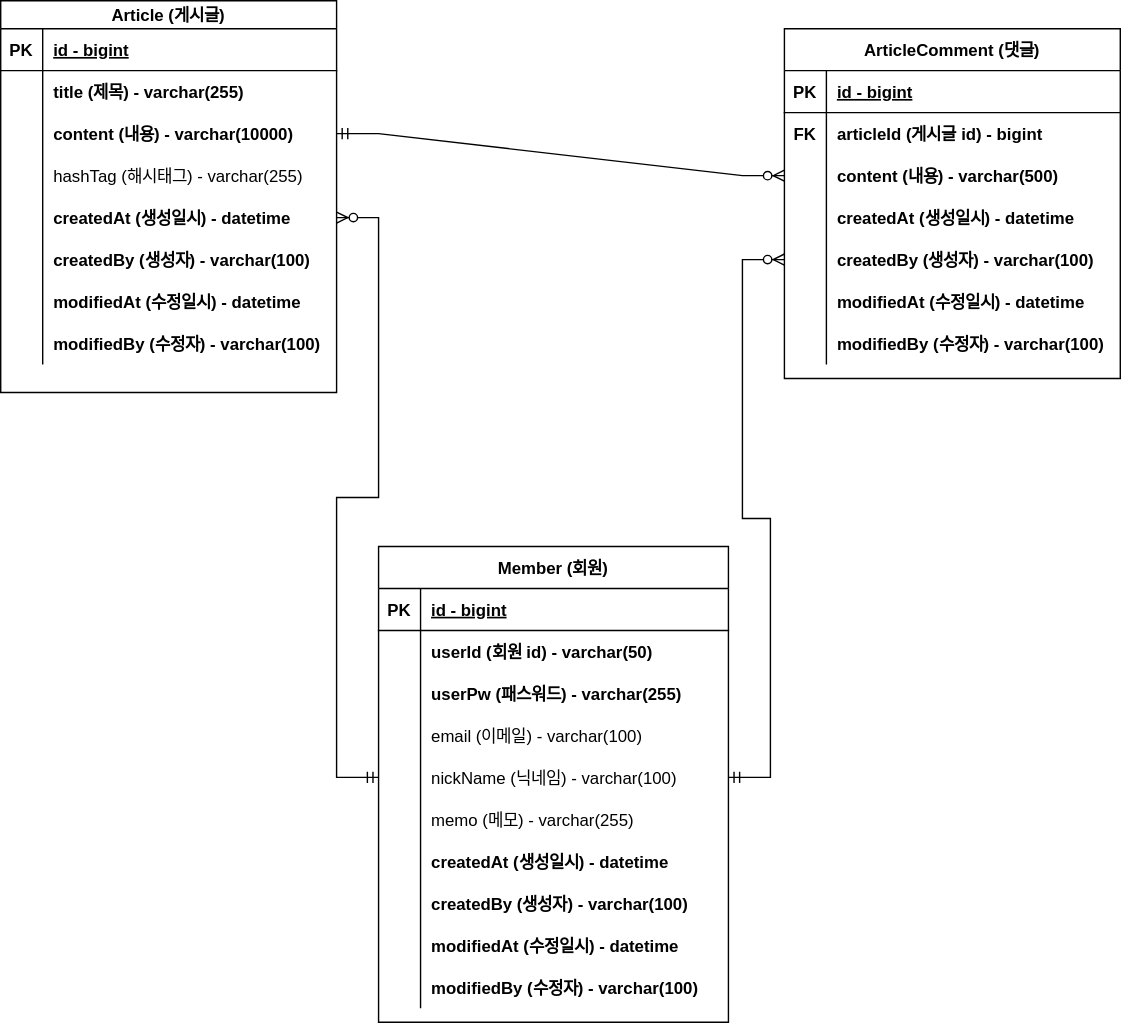
pyo92/project-board keeps this draw.io diagram as document/erd.svg. Above is the earlier version. Source tidied: cells renumbered, new cells last; positions are measured from the earlier drawing's top-left corner, leaving out a move shared by most shapes.
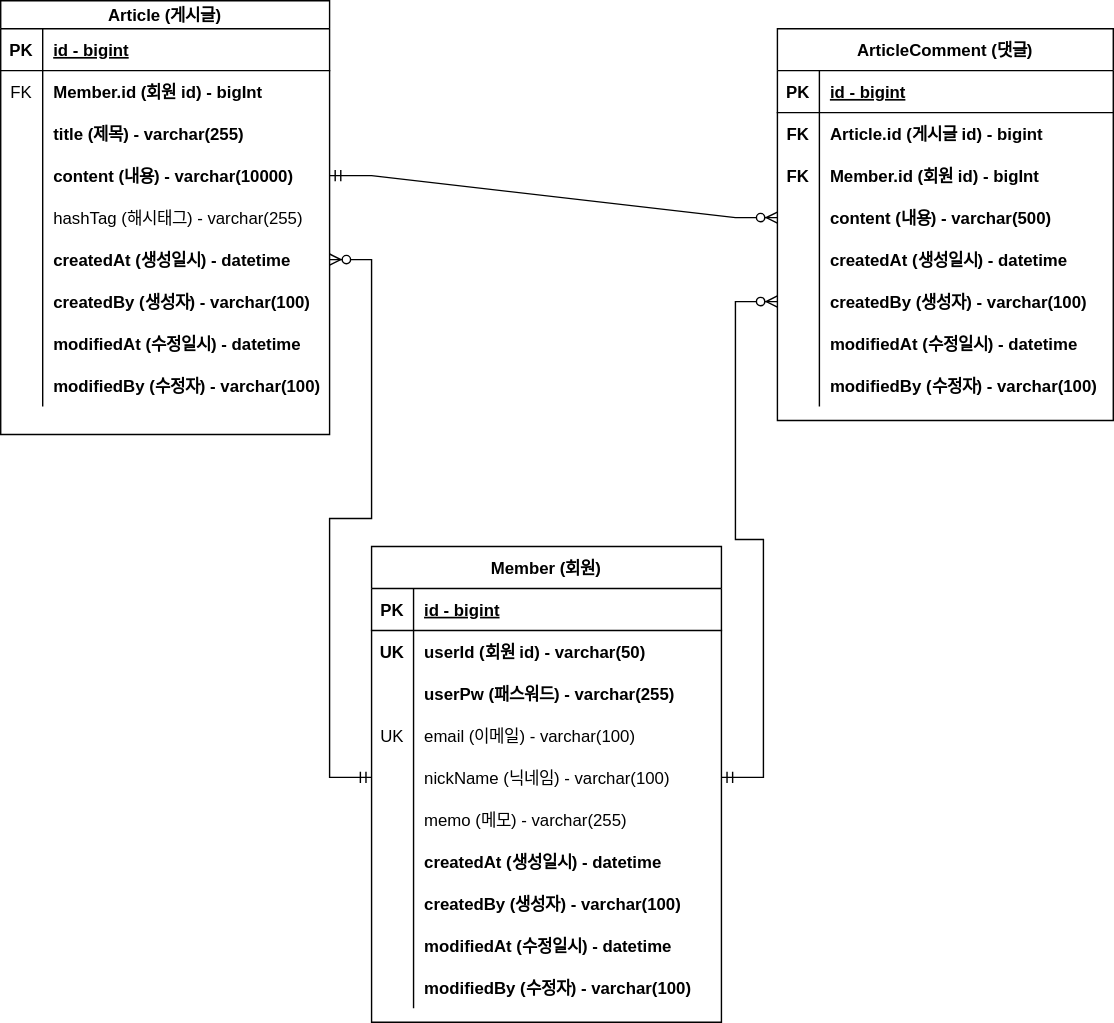
The same file after the commit.

Commit message:
#29 - 도메인 오류 바로잡기

- 이전 이슈 작업 중에 도메인 설계 오류 사항을 발견해 해당 오류를 정정하기 위해 작업했다.

- Member.email 필드는 유니크 키여야 하나, 해당 속성을 부여하지 않아 새로 부여했다.

- 도메인 수정사항에 맞춰 erd 파일도 업데이트했다.

The edit, as a diff of the source:
```diff
@@ -3,82 +3,91 @@
     <mxCell id="0" />
     <mxCell id="1" parent="0" />
     <mxCell id="2" value="Article (게시글)" style="shape=table;startSize=20;rowLines=0;fontStyle=1;align=center;" parent="1" vertex="1">
-      <mxGeometry width="240" height="280" as="geometry" />
+      <mxGeometry x="5" width="235" height="310" as="geometry" />
     </mxCell>
     <mxCell id="3" style="shape=partialRectangle;fillColor=none;top=0;left=0;right=0;bottom=1;" parent="2" vertex="1">
-      <mxGeometry y="20" width="240" height="30" as="geometry" />
+      <mxGeometry y="20" width="235" height="30" as="geometry" />
     </mxCell>
     <mxCell id="4" value="PK" style="shape=partialRectangle;overflow=hidden;fillColor=none;top=0;left=0;bottom=0;right=0;fontStyle=1;" parent="3" vertex="1">
       <mxGeometry width="30" height="30" as="geometry" />
     </mxCell>
     <mxCell id="5" value="id - bigint" style="shape=partialRectangle;overflow=hidden;fillColor=none;top=0;left=0;bottom=0;right=0;align=left;spacingLeft=6;fontStyle=5;" parent="3" vertex="1">
-      <mxGeometry x="30" width="210" height="30" as="geometry" />
+      <mxGeometry x="30" width="205" height="30" as="geometry" />
     </mxCell>
     <mxCell id="6" style="shape=partialRectangle;fillColor=none;top=0;left=0;right=0;bottom=0;" parent="2" vertex="1">
-      <mxGeometry y="50" width="240" height="30" as="geometry" />
+      <mxGeometry y="50" width="235" height="30" as="geometry" />
     </mxCell>
-    <mxCell id="7" style="shape=partialRectangle;overflow=hidden;fillColor=none;top=0;left=0;bottom=0;right=0;" parent="6" vertex="1">
+    <mxCell id="7" value="FK" style="shape=partialRectangle;overflow=hidden;fillColor=none;top=0;left=0;bottom=0;right=0;" parent="6" vertex="1">
       <mxGeometry width="30" height="30" as="geometry" />
     </mxCell>
-    <mxCell id="8" value="title (제목) - varchar(255)" style="shape=partialRectangle;overflow=hidden;fillColor=none;top=0;left=0;bottom=0;right=0;align=left;spacingLeft=6;fontStyle=1;" parent="6" vertex="1">
-      <mxGeometry x="30" width="210" height="30" as="geometry" />
+    <mxCell id="8" value="Member.id (회원 id) - bigInt" style="shape=partialRectangle;overflow=hidden;fillColor=none;top=0;left=0;bottom=0;right=0;align=left;spacingLeft=6;fontStyle=1;" parent="6" vertex="1">
+      <mxGeometry x="30" width="205" height="30" as="geometry" />
     </mxCell>
+    <mxCell id="83" style="shape=partialRectangle;fillColor=none;top=0;left=0;right=0;bottom=0;" parent="2" vertex="1">
+      <mxGeometry y="80" width="235" height="30" as="geometry" />
+    </mxCell>
+    <mxCell id="84" style="shape=partialRectangle;overflow=hidden;fillColor=none;top=0;left=0;bottom=0;right=0;" parent="83" vertex="1">
+      <mxGeometry width="30" height="30" as="geometry" />
+    </mxCell>
+    <mxCell id="85" value="title (제목) - varchar(255)" style="shape=partialRectangle;overflow=hidden;fillColor=none;top=0;left=0;bottom=0;right=0;align=left;spacingLeft=6;fontStyle=1;" parent="83" vertex="1">
+      <mxGeometry x="30" width="205" height="30" as="geometry" />
+    </mxCell>
     <mxCell id="9" style="shape=partialRectangle;fillColor=none;points=[[0,0.5],[1,0.5]];portConstraint=eastwest;top=0;left=0;right=0;bottom=0;" parent="2" vertex="1">
-      <mxGeometry y="80" width="240" height="30" as="geometry" />
+      <mxGeometry y="110" width="235" height="30" as="geometry" />
     </mxCell>
     <mxCell id="10" style="shape=partialRectangle;overflow=hidden;fillColor=none;top=0;left=0;bottom=0;right=0;" parent="9" vertex="1">
       <mxGeometry width="30" height="30" as="geometry" />
     </mxCell>
     <mxCell id="11" value="content (내용) - varchar(10000)" style="shape=partialRectangle;overflow=hidden;fillColor=none;top=0;left=0;bottom=0;right=0;align=left;spacingLeft=6;fontStyle=1;" parent="9" vertex="1">
-      <mxGeometry x="30" width="210" height="30" as="geometry" />
+      <mxGeometry x="30" width="205" height="30" as="geometry" />
     </mxCell>
     <mxCell id="12" style="shape=partialRectangle;fillColor=none;top=0;left=0;right=0;bottom=0;" parent="2" vertex="1">
-      <mxGeometry y="110" width="240" height="30" as="geometry" />
+      <mxGeometry y="140" width="235" height="30" as="geometry" />
     </mxCell>
     <mxCell id="13" style="shape=partialRectangle;overflow=hidden;fillColor=none;top=0;left=0;bottom=0;right=0;" parent="12" vertex="1">
       <mxGeometry width="30" height="30" as="geometry" />
     </mxCell>
     <mxCell id="14" value="hashTag (해시태그) - varchar(255)" style="shape=partialRectangle;overflow=hidden;fillColor=none;top=0;left=0;bottom=0;right=0;align=left;spacingLeft=6;" parent="12" vertex="1">
-      <mxGeometry x="30" width="210" height="30" as="geometry" />
+      <mxGeometry x="30" width="205" height="30" as="geometry" />
     </mxCell>
     <mxCell id="15" style="shape=partialRectangle;fillColor=none;points=[[0,0.5],[1,0.5]];portConstraint=eastwest;top=0;left=0;right=0;bottom=0;" parent="2" vertex="1">
-      <mxGeometry y="140" width="240" height="30" as="geometry" />
+      <mxGeometry y="170" width="235" height="30" as="geometry" />
     </mxCell>
     <mxCell id="16" style="shape=partialRectangle;overflow=hidden;fillColor=none;top=0;left=0;bottom=0;right=0;" parent="15" vertex="1">
       <mxGeometry width="30" height="30" as="geometry" />
     </mxCell>
     <mxCell id="17" value="createdAt (생성일시) - datetime" style="shape=partialRectangle;overflow=hidden;fillColor=none;top=0;left=0;bottom=0;right=0;align=left;spacingLeft=6;fontStyle=1;" parent="15" vertex="1">
-      <mxGeometry x="30" width="210" height="30" as="geometry" />
+      <mxGeometry x="30" width="205" height="30" as="geometry" />
     </mxCell>
     <mxCell id="18" style="shape=partialRectangle;fillColor=none;top=0;left=0;right=0;bottom=0;" parent="2" vertex="1">
-      <mxGeometry y="170" width="240" height="30" as="geometry" />
+      <mxGeometry y="200" width="235" height="30" as="geometry" />
     </mxCell>
     <mxCell id="19" style="shape=partialRectangle;overflow=hidden;fillColor=none;top=0;left=0;bottom=0;right=0;" parent="18" vertex="1">
       <mxGeometry width="30" height="30" as="geometry" />
     </mxCell>
     <mxCell id="20" value="createdBy (생성자) - varchar(100)" style="shape=partialRectangle;overflow=hidden;fillColor=none;top=0;left=0;bottom=0;right=0;align=left;spacingLeft=6;fontStyle=1;" parent="18" vertex="1">
-      <mxGeometry x="30" width="210" height="30" as="geometry" />
+      <mxGeometry x="30" width="205" height="30" as="geometry" />
     </mxCell>
     <mxCell id="21" style="shape=partialRectangle;fillColor=none;top=0;left=0;right=0;bottom=0;" parent="2" vertex="1">
-      <mxGeometry y="200" width="240" height="30" as="geometry" />
+      <mxGeometry y="230" width="235" height="30" as="geometry" />
     </mxCell>
     <mxCell id="22" style="shape=partialRectangle;overflow=hidden;fillColor=none;top=0;left=0;bottom=0;right=0;" parent="21" vertex="1">
       <mxGeometry width="30" height="30" as="geometry" />
     </mxCell>
     <mxCell id="23" value="modifiedAt (수정일시) - datetime" style="shape=partialRectangle;overflow=hidden;fillColor=none;top=0;left=0;bottom=0;right=0;align=left;spacingLeft=6;fontStyle=1;" parent="21" vertex="1">
-      <mxGeometry x="30" width="210" height="30" as="geometry" />
+      <mxGeometry x="30" width="205" height="30" as="geometry" />
     </mxCell>
     <mxCell id="24" style="shape=partialRectangle;fillColor=none;top=0;left=0;right=0;bottom=0;" parent="2" vertex="1">
-      <mxGeometry y="230" width="240" height="30" as="geometry" />
+      <mxGeometry y="260" width="235" height="30" as="geometry" />
     </mxCell>
     <mxCell id="25" style="shape=partialRectangle;overflow=hidden;fillColor=none;top=0;left=0;bottom=0;right=0;" parent="24" vertex="1">
       <mxGeometry width="30" height="30" as="geometry" />
     </mxCell>
     <mxCell id="26" value="modifiedBy (수정자) - varchar(100)" style="shape=partialRectangle;overflow=hidden;fillColor=none;top=0;left=0;bottom=0;right=0;align=left;spacingLeft=6;fontStyle=1;" parent="24" vertex="1">
-      <mxGeometry x="30" width="210" height="30" as="geometry" />
+      <mxGeometry x="30" width="205" height="30" as="geometry" />
     </mxCell>
     <mxCell id="27" value="ArticleComment (댓글)" style="shape=table;startSize=30;rowLines=0;fontStyle=1;align=center;" parent="1" vertex="1">
-      <mxGeometry x="560" y="20" width="240" height="250" as="geometry" />
+      <mxGeometry x="560" y="20" width="240" height="280" as="geometry" />
     </mxCell>
     <mxCell id="28" style="shape=partialRectangle;fillColor=none;top=0;left=0;right=0;bottom=1;" parent="27" vertex="1">
       <mxGeometry y="30" width="240" height="30" as="geometry" />
@@ -98,8 +107,17 @@
     <mxCell id="33" value="articleId (게시글 id) - bigint" style="shape=partialRectangle;overflow=hidden;fillColor=none;top=0;left=0;bottom=0;right=0;align=left;spacingLeft=6;fontStyle=1;" parent="31" vertex="1">
       <mxGeometry x="30" width="210" height="30" as="geometry" />
     </mxCell>
+    <mxCell id="86" style="shape=partialRectangle;fillColor=none;top=0;left=0;right=0;bottom=0;" parent="27" vertex="1">
+      <mxGeometry y="90" width="240" height="30" as="geometry" />
+    </mxCell>
+    <mxCell id="87" value="FK" style="shape=partialRectangle;overflow=hidden;fillColor=none;top=0;left=0;bottom=0;right=0;fontStyle=1;" parent="86" vertex="1">
+      <mxGeometry width="30" height="30" as="geometry" />
+    </mxCell>
+    <mxCell id="88" value="Member.id (회원 id) - bigInt" style="shape=partialRectangle;overflow=hidden;fillColor=none;top=0;left=0;bottom=0;right=0;align=left;spacingLeft=6;fontStyle=1;" parent="86" vertex="1">
+      <mxGeometry x="30" width="210" height="30" as="geometry" />
+    </mxCell>
     <mxCell id="34" style="shape=partialRectangle;fillColor=none;points=[[0,0.5],[1,0.5]];portConstraint=eastwest;top=0;left=0;right=0;bottom=0;" parent="27" vertex="1">
-      <mxGeometry y="90" width="240" height="30" as="geometry" />
+      <mxGeometry y="120" width="240" height="30" as="geometry" />
     </mxCell>
     <mxCell id="35" style="shape=partialRectangle;overflow=hidden;fillColor=none;top=0;left=0;bottom=0;right=0;" parent="34" vertex="1">
       <mxGeometry width="30" height="30" as="geometry" />
@@ -108,7 +126,7 @@
       <mxGeometry x="30" width="210" height="30" as="geometry" />
     </mxCell>
     <mxCell id="37" style="shape=partialRectangle;fillColor=none;top=0;left=0;right=0;bottom=0;" parent="27" vertex="1">
-      <mxGeometry y="120" width="240" height="30" as="geometry" />
+      <mxGeometry y="150" width="240" height="30" as="geometry" />
     </mxCell>
     <mxCell id="38" style="shape=partialRectangle;overflow=hidden;fillColor=none;top=0;left=0;bottom=0;right=0;" parent="37" vertex="1">
       <mxGeometry width="30" height="30" as="geometry" />
@@ -117,7 +135,7 @@
       <mxGeometry x="30" width="210" height="30" as="geometry" />
     </mxCell>
     <mxCell id="40" style="shape=partialRectangle;fillColor=none;points=[[0,0.5],[1,0.5]];portConstraint=eastwest;top=0;left=0;right=0;bottom=0;" parent="27" vertex="1">
-      <mxGeometry y="150" width="240" height="30" as="geometry" />
+      <mxGeometry y="180" width="240" height="30" as="geometry" />
     </mxCell>
     <mxCell id="41" style="shape=partialRectangle;overflow=hidden;fillColor=none;top=0;left=0;bottom=0;right=0;" parent="40" vertex="1">
       <mxGeometry width="30" height="30" as="geometry" />
@@ -126,7 +144,7 @@
       <mxGeometry x="30" width="210" height="30" as="geometry" />
     </mxCell>
     <mxCell id="43" style="shape=partialRectangle;fillColor=none;top=0;left=0;right=0;bottom=0;" parent="27" vertex="1">
-      <mxGeometry y="180" width="240" height="30" as="geometry" />
+      <mxGeometry y="210" width="240" height="30" as="geometry" />
     </mxCell>
     <mxCell id="44" style="shape=partialRectangle;overflow=hidden;fillColor=none;top=0;left=0;bottom=0;right=0;" parent="43" vertex="1">
       <mxGeometry width="30" height="30" as="geometry" />
@@ -135,7 +153,7 @@
       <mxGeometry x="30" width="210" height="30" as="geometry" />
     </mxCell>
     <mxCell id="46" style="shape=partialRectangle;fillColor=none;top=0;left=0;right=0;bottom=0;" parent="27" vertex="1">
-      <mxGeometry y="210" width="240" height="30" as="geometry" />
+      <mxGeometry y="240" width="240" height="30" as="geometry" />
     </mxCell>
     <mxCell id="47" style="shape=partialRectangle;overflow=hidden;fillColor=none;top=0;left=0;bottom=0;right=0;" parent="46" vertex="1">
       <mxGeometry width="30" height="30" as="geometry" />
@@ -158,10 +176,10 @@
     <mxCell id="53" value="id - bigint" style="shape=partialRectangle;overflow=hidden;fillColor=none;top=0;left=0;bottom=0;right=0;align=left;spacingLeft=6;fontStyle=5;" parent="51" vertex="1">
       <mxGeometry x="30" width="220" height="30" as="geometry" />
     </mxCell>
-    <mxCell id="54" style="shape=partialRectangle;fillColor=none;top=0;left=0;right=0;bottom=0;" parent="50" vertex="1">
+    <mxCell id="54" style="shape=partialRectangle;fillColor=none;top=0;left=0;right=0;bottom=0;fontStyle=0;" parent="50" vertex="1">
       <mxGeometry y="60" width="250" height="30" as="geometry" />
     </mxCell>
-    <mxCell id="55" style="shape=partialRectangle;overflow=hidden;fillColor=none;top=0;left=0;bottom=0;right=0;" parent="54" vertex="1">
+    <mxCell id="55" value="UK" style="shape=partialRectangle;overflow=hidden;fillColor=none;top=0;left=0;bottom=0;right=0;fontStyle=1;" parent="54" vertex="1">
       <mxGeometry width="30" height="30" as="geometry" />
     </mxCell>
     <mxCell id="56" value="userId (회원 id) - varchar(50)" style="shape=partialRectangle;overflow=hidden;fillColor=none;top=0;left=0;bottom=0;right=0;align=left;spacingLeft=6;fontStyle=1;" parent="54" vertex="1">
@@ -179,7 +197,7 @@
     <mxCell id="60" style="shape=partialRectangle;fillColor=none;top=0;left=0;right=0;bottom=0;" parent="50" vertex="1">
       <mxGeometry y="120" width="250" height="30" as="geometry" />
     </mxCell>
-    <mxCell id="61" style="shape=partialRectangle;overflow=hidden;fillColor=none;top=0;left=0;bottom=0;right=0;" parent="60" vertex="1">
+    <mxCell id="61" value="UK" style="shape=partialRectangle;overflow=hidden;fillColor=none;top=0;left=0;bottom=0;right=0;" parent="60" vertex="1">
       <mxGeometry width="30" height="30" as="geometry" />
     </mxCell>
     <mxCell id="62" value="email (이메일) - varchar(100)" style="shape=partialRectangle;overflow=hidden;fillColor=none;top=0;left=0;bottom=0;right=0;align=left;spacingLeft=6;" parent="60" vertex="1">
```
